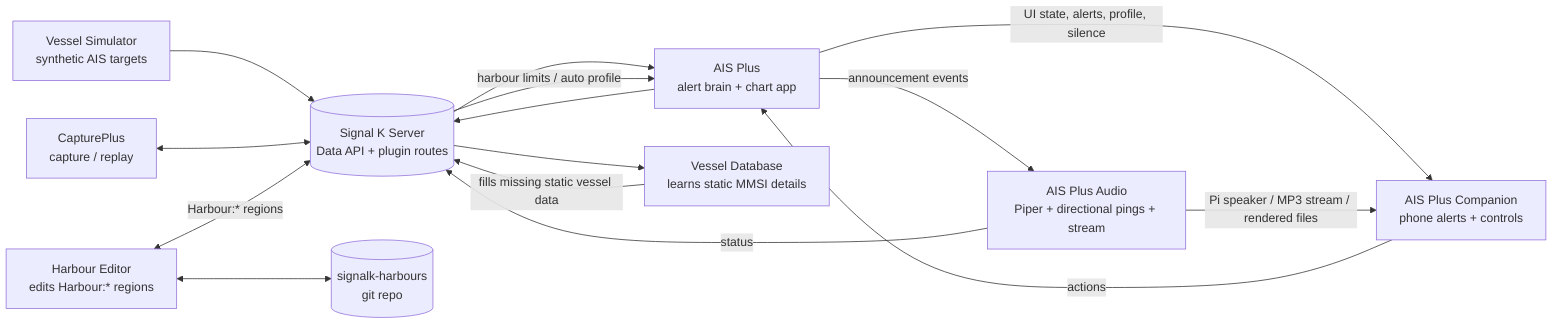
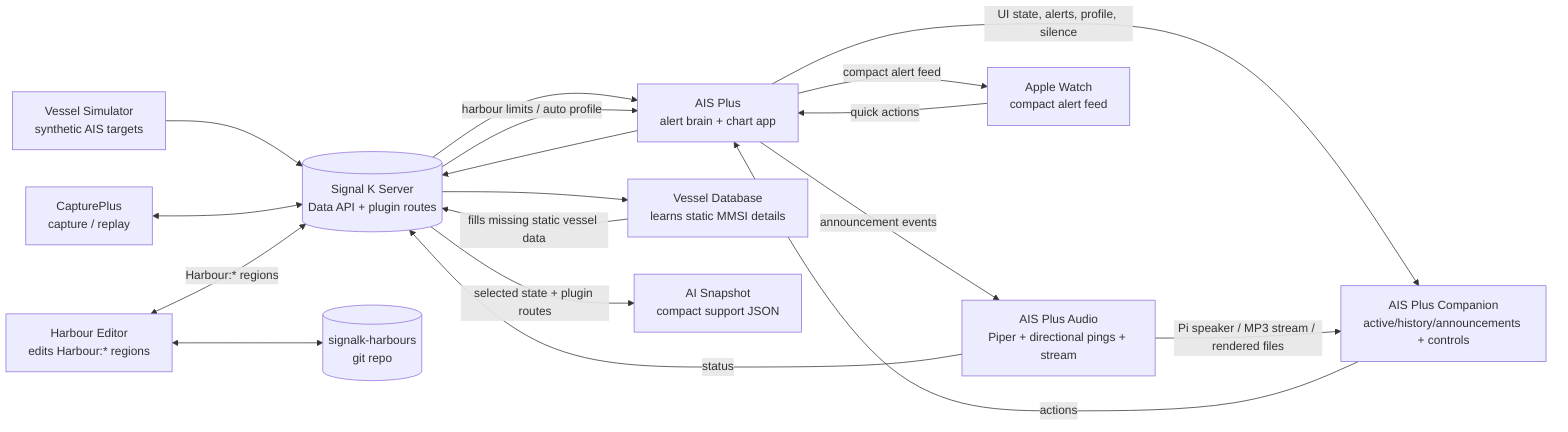
flowchart LR
  SignalK[("Signal K Server\nData API + plugin routes")]

  AIS["AIS Plus\nalert brain + chart app"]
  DB["Vessel Database\nlearns static MMSI details"]
  Audio["AIS Plus Audio\nPiper + directional pings + stream"]
-   Companion["AIS Plus Companion\nphone alerts + controls"]
+   Companion["AIS Plus Companion\nactive/history/announcements + controls"]
+   Watch["Apple Watch\ncompact alert feed"]
+   Snapshot["AI Snapshot\ncompact support JSON"]
  Harbour["Harbour Editor\nedits Harbour:* regions"]
  Harbours[("signalk-harbours\ngit repo")]
  Capture["CapturePlus\ncapture / replay"]
  Sim["Vessel Simulator\nsynthetic AIS targets"]

  Sim --> SignalK
  Capture <--> SignalK

  SignalK --> AIS
  AIS --> SignalK

  SignalK --> DB
  DB -->|"fills missing static vessel data"| SignalK

  Harbour <-->|"Harbour:* regions"| SignalK
  Harbour <--> Harbours
  SignalK -->|"harbour limits / auto profile"| AIS

  AIS -->|"UI state, alerts, profile, silence"| Companion
  Companion -->|"actions"| AIS
+   AIS -->|"compact alert feed"| Watch
+   Watch -->|"quick actions"| AIS
+   SignalK -->|"selected state + plugin routes"| Snapshot

  AIS -->|"announcement events"| Audio
  Audio -->|"status"| SignalK
  Audio -->|"Pi speaker / MP3 stream / rendered files"| Companion
